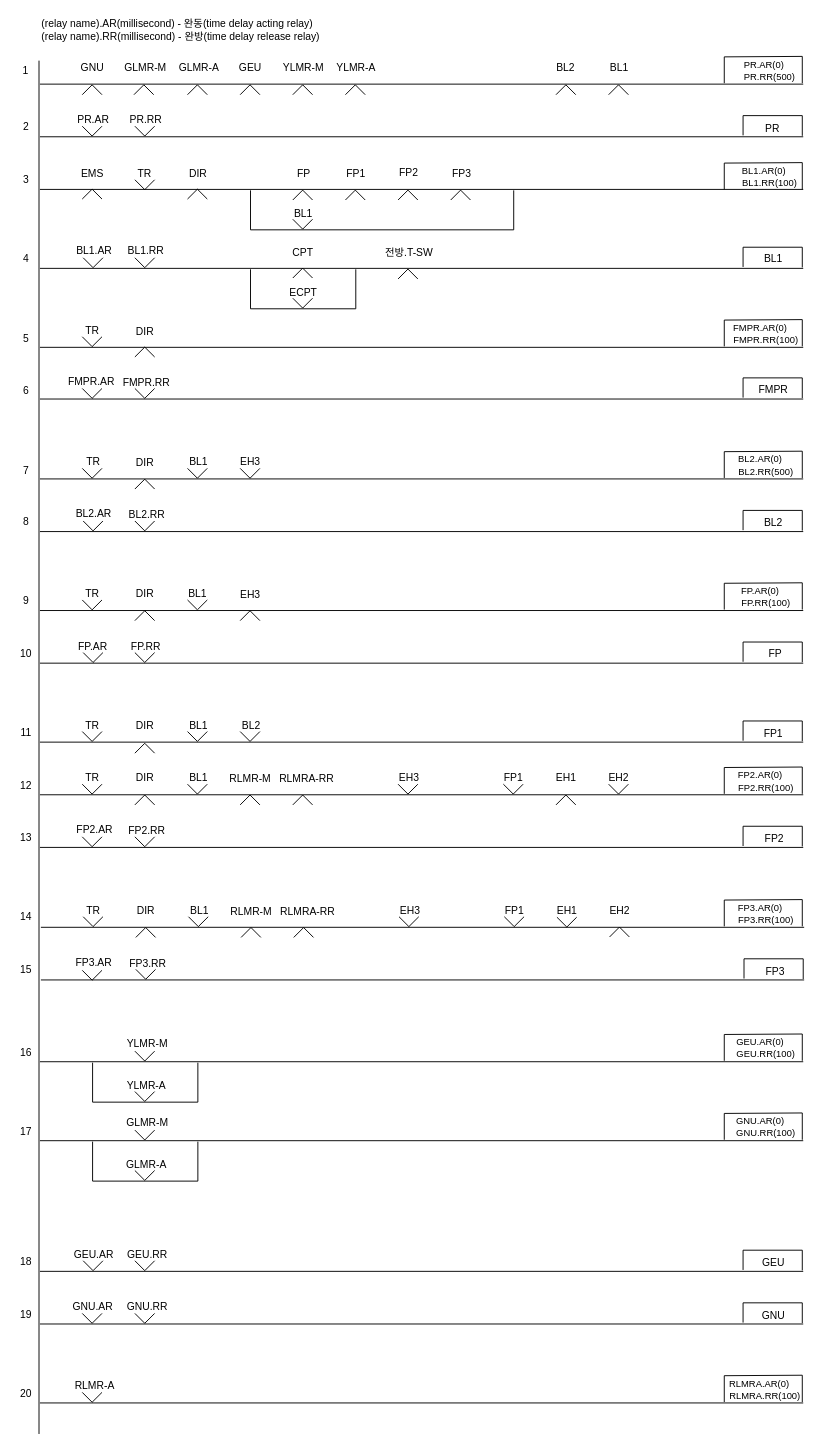
The draw.io diagram page "신호제어로직(최종)" (1 of 8) of Signal/33Display-Signal-Control-Logic.drawio in chillin2/MyDraw.io, before the edit. Source tidied: cells renumbered, new cells numbered last; positions are measured from the earlier drawing's top-left corner, leaving out a move shared by most shapes. Both pictures are drawn from the tidied source at 94%, with x=0, y=0 at pixel (16, 16).
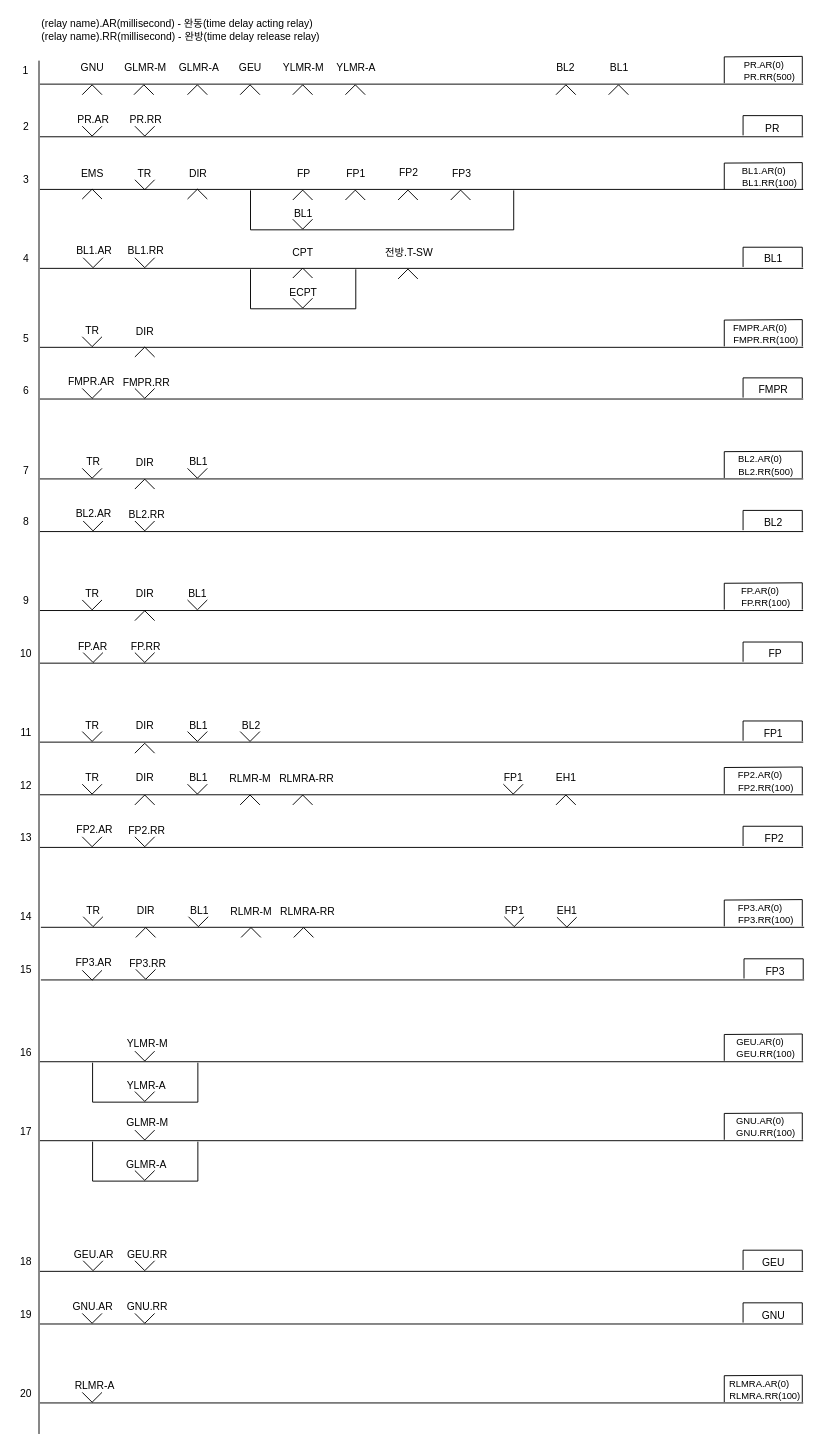
After the change.

What changed in the source:
```diff
@@
-    <mxCell id="41" value="EH3" style="text;html=1;strokeColor=none;fillColor=none;align=center;verticalAlign=middle;whiteSpace=wrap;rounded=0;fontFamily=Helvetica;fontSize=11;fontColor=default;" parent="1" vertex="1">
-      <mxGeometry x="229" y="465" width="40" height="17" as="geometry" />
-    </mxCell>
@@
-    <mxCell id="48" value="EH3" style="text;html=1;strokeColor=none;fillColor=none;align=center;verticalAlign=middle;whiteSpace=wrap;rounded=0;fontFamily=Helvetica;fontSize=11;fontColor=default;" parent="1" vertex="1">
-      <mxGeometry x="229" y="609" width="40" height="11" as="geometry" />
-    </mxCell>
@@
-    <mxCell id="62" value="EH3" style="text;html=1;strokeColor=none;fillColor=none;align=center;verticalAlign=middle;whiteSpace=wrap;rounded=0;fontFamily=Helvetica;fontSize=11;fontColor=default;" parent="1" vertex="1">
-      <mxGeometry x="398" y="805" width="40" height="9" as="geometry" />
-    </mxCell>
@@
-    <mxCell id="64" value="EH2" style="text;html=1;strokeColor=none;fillColor=none;align=center;verticalAlign=middle;whiteSpace=wrap;rounded=0;fontFamily=Helvetica;fontSize=11;fontColor=default;" parent="1" vertex="1">
-      <mxGeometry x="621" y="805" width="40" height="9" as="geometry" />
-    </mxCell>
@@
-    <mxCell id="107" style="verticalLabelPosition=bottom;html=1;verticalAlign=top;align=center;shape=mxgraph.floorplan.windowBow;strokeWidth=1;fontSize=11;direction=east;" parent="1" vertex="1">
-      <mxGeometry x="238" y="480.5" width="21" height="11" as="geometry" />
-    </mxCell>
@@
-    <mxCell id="116" style="verticalLabelPosition=bottom;html=1;verticalAlign=top;align=center;shape=mxgraph.floorplan.windowBow;strokeWidth=1;fontSize=11;direction=west;" parent="1" vertex="1">
-      <mxGeometry x="238" y="632" width="21" height="11" as="geometry" />
-    </mxCell>
@@
-    <mxCell id="133" style="verticalLabelPosition=bottom;html=1;verticalAlign=top;align=center;shape=mxgraph.floorplan.windowBow;strokeWidth=1;fontSize=11;direction=east;" parent="1" vertex="1">
-      <mxGeometry x="406" y="816.5" width="21" height="11" as="geometry" />
-    </mxCell>
@@
-    <mxCell id="136" style="verticalLabelPosition=bottom;html=1;verticalAlign=top;align=center;shape=mxgraph.floorplan.windowBow;strokeWidth=1;fontSize=11;direction=east;" parent="1" vertex="1">
-      <mxGeometry x="630" y="816.5" width="21" height="11" as="geometry" />
-    </mxCell>
@@
-    <mxCell id="149" value="EH3" style="text;html=1;strokeColor=none;fillColor=none;align=center;verticalAlign=middle;whiteSpace=wrap;rounded=0;fontFamily=Helvetica;fontSize=11;fontColor=default;" parent="1" vertex="1">
-      <mxGeometry x="399" y="946" width="40" height="9" as="geometry" />
-    </mxCell>
@@
-    <mxCell id="151" value="EH2" style="text;html=1;strokeColor=none;fillColor=none;align=center;verticalAlign=middle;whiteSpace=wrap;rounded=0;fontFamily=Helvetica;fontSize=11;fontColor=default;" parent="1" vertex="1">
-      <mxGeometry x="622" y="946" width="40" height="9" as="geometry" />
-    </mxCell>
@@
-    <mxCell id="159" style="verticalLabelPosition=bottom;html=1;verticalAlign=top;align=center;shape=mxgraph.floorplan.windowBow;strokeWidth=1;fontSize=11;direction=east;" parent="1" vertex="1">
-      <mxGeometry x="407" y="957.5" width="21" height="11" as="geometry" />
-    </mxCell>
@@
-    <mxCell id="162" style="verticalLabelPosition=bottom;html=1;verticalAlign=top;align=center;shape=mxgraph.floorplan.windowBow;strokeWidth=1;fontSize=11;direction=west;" parent="1" vertex="1">
-      <mxGeometry x="631" y="968.5" width="21" height="11" as="geometry" />
-    </mxCell>
```
